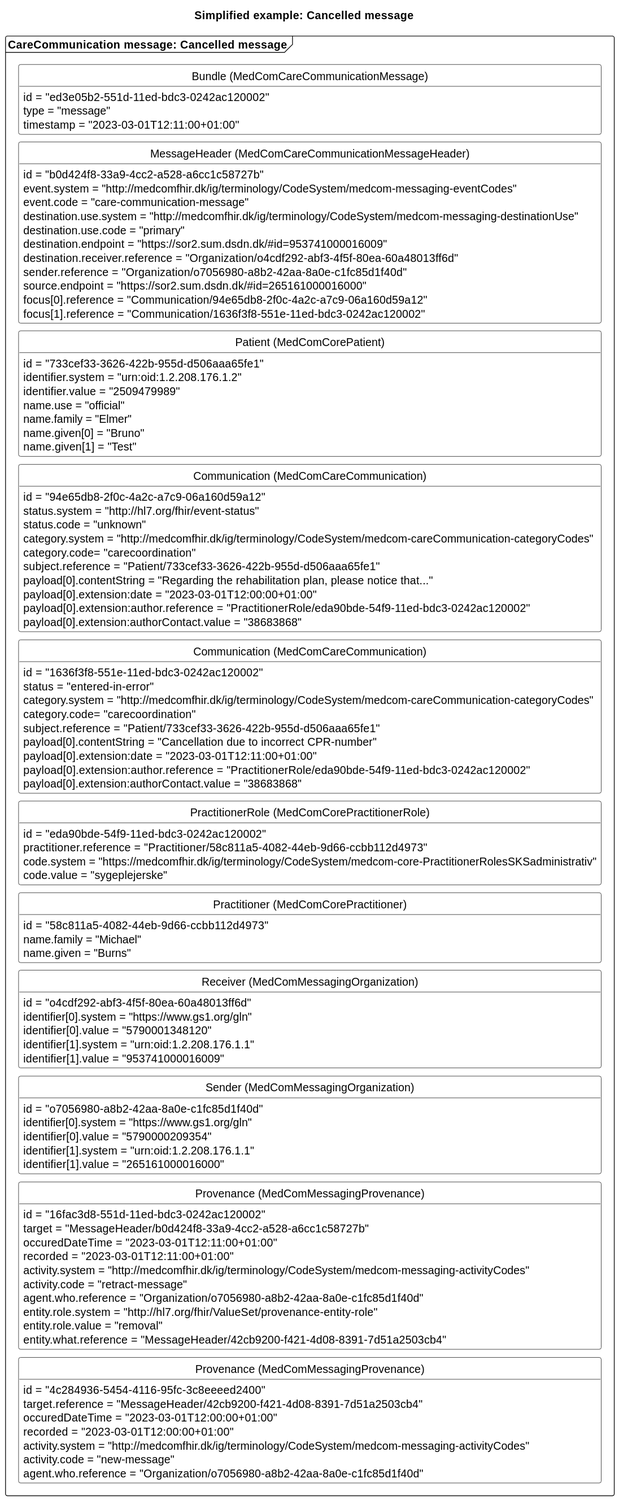
Above: input/images/carecommunication/CCcancelMessage.svg in medcomdk/dk-medcom-carecommunication (PlantUML), before the change.
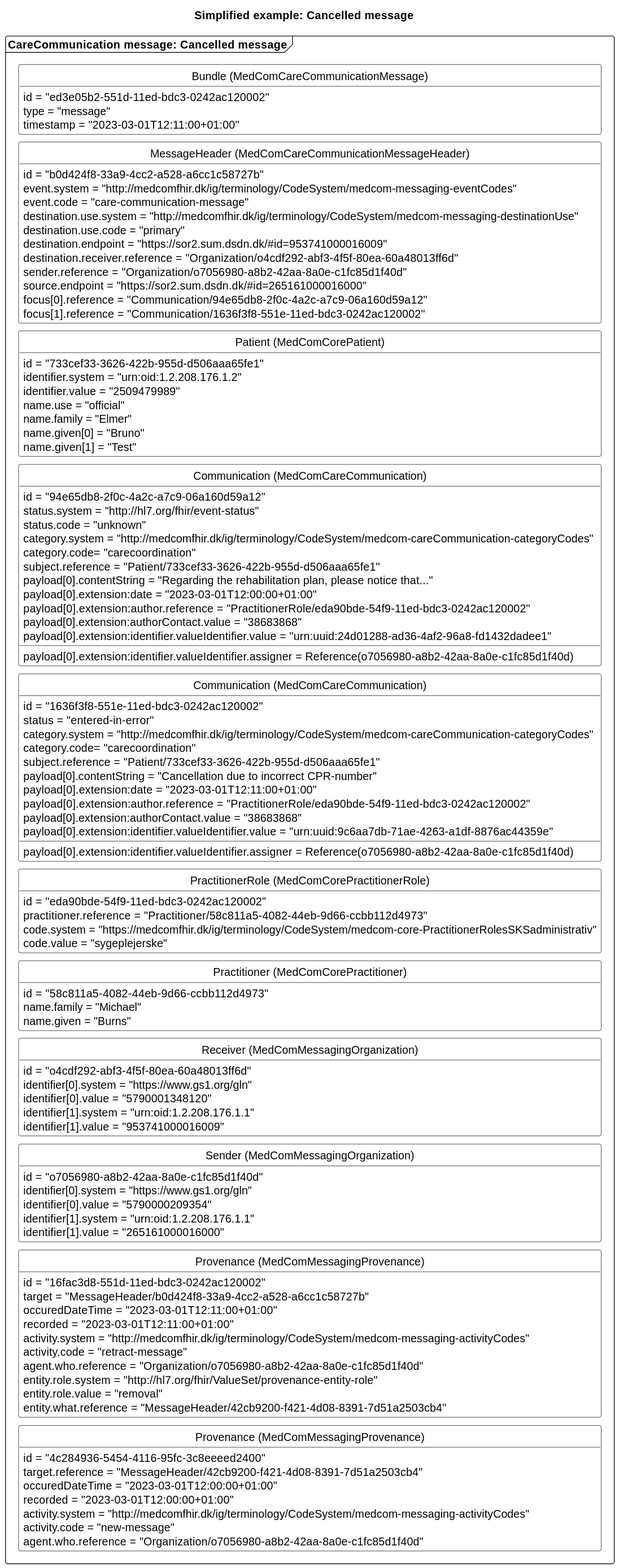
The same diagram one commit later.

Change to the diagram source:
```diff
@@ -52,6 +52,8 @@
         payload[0].extension:date = "2023-03-01T12:00:00+01:00"
         payload[0].extension:author.reference = "PractitionerRole/eda90bde-54f9-11ed-bdc3-0242ac120002"
         payload[0].extension:authorContact.value = "38683868"
+        payload[0].extension:identifier.valueIdentifier.value = "urn:uuid:24d01288-ad36-4af2-96a8-fd1432dadee1"
+        payload[0].extension:identifier.valueIdentifier.assigner = Reference(o7056980-a8b2-42aa-8a0e-c1fc85d1f40d)
     }
     class "Communication (MedComCareCommunication)" as errorCom{
         id = "1636f3f8-551e-11ed-bdc3-0242ac120002"
@@ -63,6 +65,8 @@
         payload[0].extension:date = "2023-03-01T12:11:00+01:00"
         payload[0].extension:author.reference = "PractitionerRole/eda90bde-54f9-11ed-bdc3-0242ac120002"
         payload[0].extension:authorContact.value = "38683868"
+        payload[0].extension:identifier.valueIdentifier.value = "urn:uuid:9c6aa7db-71ae-4263-a1df-8876ac44359e"
+        payload[0].extension:identifier.valueIdentifier.assigner = Reference(o7056980-a8b2-42aa-8a0e-c1fc85d1f40d)
     }
     class "PractitionerRole (MedComCorePractitionerRole)" as errorPracR{
         id = "eda90bde-54f9-11ed-bdc3-0242ac120002"
```
